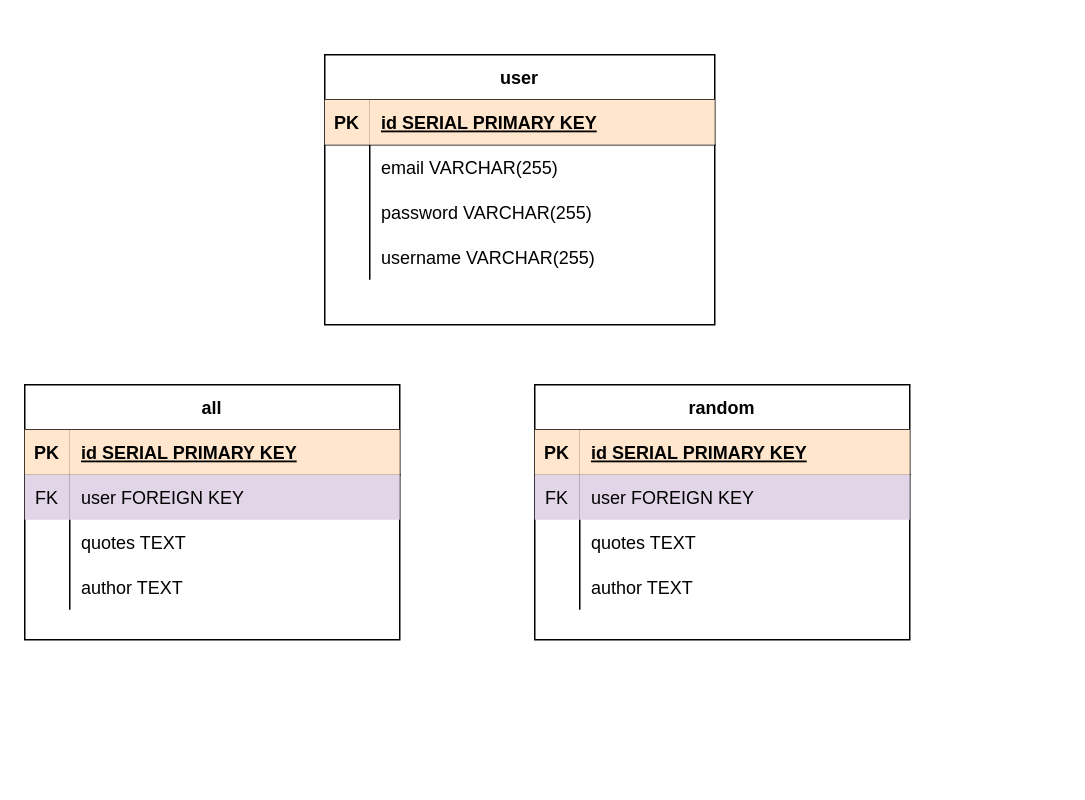
ikarabag1/entity-relationship-diagrams keeps this draw.io diagram as Untitled Diagram.drawio. Above is the earlier version. Source tidied: cells renumbered, new cells numbered last; positions are measured from the earlier drawing's top-left corner, leaving out a move shared by most shapes. Both pictures are drawn from the tidied source at 150%, with x=0, y=0 at pixel (24, 54).
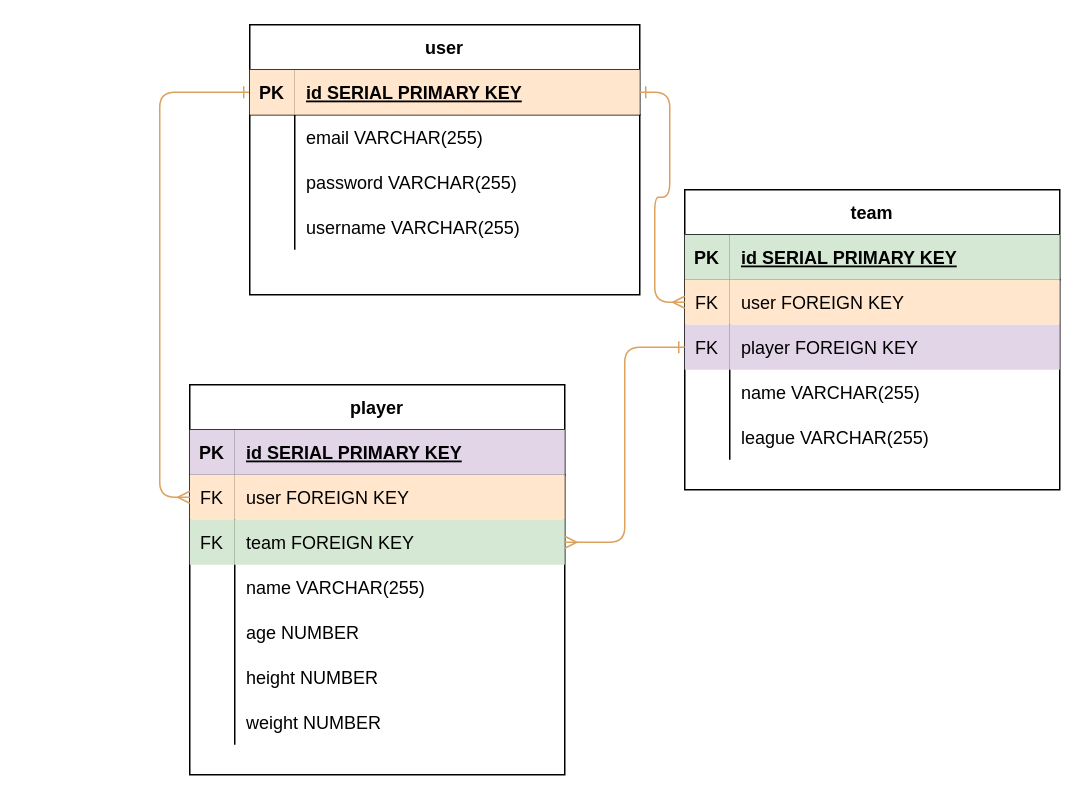
Above is the later version.

Commit message:
NBA API Diagram.drawio

Unchanged cells that the change refers to:
```xml
<mxCell id="3" style="shape=tableRow;horizontal=0;startSize=0;swimlaneHead=0;swimlaneBody=0;fillColor=none;top=0;left=0;right=0;bottom=1;" parent="2" vertex="1">
  <mxGeometry y="30" width="250" height="30" as="geometry" />
</mxCell>
<mxCell id="6" style="shape=tableRow;horizontal=0;startSize=0;swimlaneHead=0;swimlaneBody=0;fillColor=none;points=[[0,0.5],[1,0.5]];portConstraint=eastwest;top=0;left=0;right=0;bottom=0;" parent="2" vertex="1">
  <mxGeometry y="60" width="250" height="30" as="geometry" />
</mxCell>
<mxCell id="9" style="shape=tableRow;horizontal=0;startSize=0;swimlaneHead=0;swimlaneBody=0;fillColor=none;points=[[0,0.5],[1,0.5]];portConstraint=eastwest;top=0;left=0;right=0;bottom=0;" parent="2" vertex="1">
  <mxGeometry y="90" width="250" height="30" as="geometry" />
</mxCell>
<mxCell id="16" style="shape=tableRow;horizontal=0;startSize=0;swimlaneHead=0;swimlaneBody=0;fillColor=none;points=[[0,0.5],[1,0.5]];portConstraint=eastwest;top=0;left=0;right=0;bottom=1;" parent="15" vertex="1">
  <mxGeometry y="30" width="260" height="30" as="geometry" />
</mxCell>
<mxCell id="29" style="shape=tableRow;horizontal=0;startSize=0;swimlaneHead=0;swimlaneBody=0;fillColor=none;top=0;left=0;right=0;bottom=1;" parent="28" vertex="1">
  <mxGeometry y="30" width="250" height="30" as="geometry" />
</mxCell>
<mxCell id="32" style="shape=tableRow;horizontal=0;startSize=0;swimlaneHead=0;swimlaneBody=0;fillColor=none;points=[[0,0.5],[1,0.5]];portConstraint=eastwest;top=0;left=0;right=0;bottom=0;" parent="28" vertex="1">
  <mxGeometry y="60" width="250" height="30" as="geometry" />
</mxCell>
<mxCell id="35" style="shape=tableRow;horizontal=0;startSize=0;swimlaneHead=0;swimlaneBody=0;fillColor=none;points=[[0,0.5],[1,0.5]];portConstraint=eastwest;top=0;left=0;right=0;bottom=0;" parent="28" vertex="1">
  <mxGeometry y="90" width="250" height="30" as="geometry" />
</mxCell>
```

Change to the diagram source:
```diff
@@
-    <mxCell id="2" value="all" style="shape=table;startSize=30;childLayout=tableLayout;rowLines=0;fontStyle=1;align=center;" parent="1" vertex="1">
-      <mxGeometry y="220" width="250" height="170" as="geometry" />
+    <mxCell id="2" value="player" style="shape=table;startSize=30;childLayout=tableLayout;rowLines=0;fontStyle=1;align=center;" parent="1" vertex="1">
+      <mxGeometry x="110" y="220" width="250" height="260" as="geometry" />
     </mxCell>
@@
-    <mxCell id="4" value="PK" style="shape=partialRectangle;fillColor=#ffe6cc;top=0;left=0;bottom=0;right=0;fontStyle=1;overflow=hidden;strokeColor=#d79b00;" parent="3" vertex="1">
+    <mxCell id="4" value="PK" style="shape=partialRectangle;fillColor=#e1d5e7;top=0;left=0;bottom=0;right=0;fontStyle=1;overflow=hidden;strokeColor=#9673a6;" parent="3" vertex="1">
       <mxGeometry width="30" height="30" as="geometry" />
     </mxCell>
-    <mxCell id="5" value="id SERIAL PRIMARY KEY" style="shape=partialRectangle;fillColor=#ffe6cc;top=0;left=0;bottom=0;right=0;align=left;spacingLeft=6;fontStyle=5;overflow=hidden;strokeColor=#d79b00;" parent="3" vertex="1">
+    <mxCell id="5" value="id SERIAL PRIMARY KEY" style="shape=partialRectangle;fillColor=#e1d5e7;top=0;left=0;bottom=0;right=0;align=left;spacingLeft=6;fontStyle=5;overflow=hidden;strokeColor=#9673a6;" parent="3" vertex="1">
       <mxGeometry x="30" width="220" height="30" as="geometry" />
     </mxCell>
@@
-    <mxCell id="7" value="FK" style="shape=partialRectangle;fillColor=#e1d5e7;top=0;left=0;bottom=0;right=0;overflow=hidden;strokeColor=#9673a6;" parent="6" vertex="1">
+    <mxCell id="7" value="FK" style="shape=partialRectangle;fillColor=#ffe6cc;top=0;left=0;bottom=0;right=0;overflow=hidden;strokeColor=#d79b00;" parent="6" vertex="1">
       <mxGeometry width="30" height="30" as="geometry" />
     </mxCell>
-    <mxCell id="8" value="user FOREIGN KEY" style="shape=partialRectangle;fillColor=#e1d5e7;top=0;left=0;bottom=0;right=0;align=left;spacingLeft=6;overflow=hidden;strokeColor=#9673a6;" parent="6" vertex="1">
+    <mxCell id="8" value="user FOREIGN KEY" style="shape=partialRectangle;fillColor=#ffe6cc;top=0;left=0;bottom=0;right=0;align=left;spacingLeft=6;overflow=hidden;strokeColor=#d79b00;" parent="6" vertex="1">
       <mxGeometry x="30" width="220" height="30" as="geometry" />
     </mxCell>
@@
-    <mxCell id="10" style="shape=partialRectangle;fillColor=none;top=0;left=0;bottom=0;right=0;overflow=hidden;" parent="9" vertex="1">
+    <mxCell id="10" value="FK" style="shape=partialRectangle;fillColor=#d5e8d4;top=0;left=0;bottom=0;right=0;overflow=hidden;strokeColor=#82b366;" parent="9" vertex="1">
       <mxGeometry width="30" height="30" as="geometry" />
     </mxCell>
-    <mxCell id="11" value="quotes TEXT" style="shape=partialRectangle;fillColor=none;top=0;left=0;bottom=0;right=0;align=left;spacingLeft=6;overflow=hidden;" parent="9" vertex="1">
+    <mxCell id="11" value="team FOREIGN KEY" style="shape=partialRectangle;fillColor=#d5e8d4;top=0;left=0;bottom=0;right=0;align=left;spacingLeft=6;overflow=hidden;strokeColor=#82b366;" parent="9" vertex="1">
       <mxGeometry x="30" width="220" height="30" as="geometry" />
     </mxCell>
+    <mxCell id="41" style="shape=tableRow;horizontal=0;startSize=0;swimlaneHead=0;swimlaneBody=0;fillColor=none;top=0;left=0;right=0;bottom=0;" parent="2" vertex="1">
+      <mxGeometry y="120" width="250" height="30" as="geometry" />
+    </mxCell>
+    <mxCell id="42" style="shape=partialRectangle;fillColor=none;top=0;left=0;bottom=0;right=0;overflow=hidden;" parent="41" vertex="1">
+      <mxGeometry width="30" height="30" as="geometry" />
+    </mxCell>
+    <mxCell id="43" value="name VARCHAR(255)" style="shape=partialRectangle;fillColor=none;top=0;left=0;bottom=0;right=0;align=left;spacingLeft=6;overflow=hidden;" parent="41" vertex="1">
+      <mxGeometry x="30" width="220" height="30" as="geometry" />
+    </mxCell>
+    <mxCell id="44" style="shape=tableRow;horizontal=0;startSize=0;swimlaneHead=0;swimlaneBody=0;fillColor=none;top=0;left=0;right=0;bottom=0;" parent="2" vertex="1">
+      <mxGeometry y="150" width="250" height="30" as="geometry" />
+    </mxCell>
+    <mxCell id="45" style="shape=partialRectangle;fillColor=none;top=0;left=0;bottom=0;right=0;overflow=hidden;" parent="44" vertex="1">
+      <mxGeometry width="30" height="30" as="geometry" />
+    </mxCell>
+    <mxCell id="46" value="age NUMBER" style="shape=partialRectangle;fillColor=none;top=0;left=0;bottom=0;right=0;align=left;spacingLeft=6;overflow=hidden;" parent="44" vertex="1">
+      <mxGeometry x="30" width="220" height="30" as="geometry" />
+    </mxCell>
+    <mxCell id="47" style="shape=tableRow;horizontal=0;startSize=0;swimlaneHead=0;swimlaneBody=0;fillColor=none;top=0;left=0;right=0;bottom=0;" parent="2" vertex="1">
+      <mxGeometry y="180" width="250" height="30" as="geometry" />
+    </mxCell>
+    <mxCell id="48" style="shape=partialRectangle;fillColor=none;top=0;left=0;bottom=0;right=0;overflow=hidden;" parent="47" vertex="1">
+      <mxGeometry width="30" height="30" as="geometry" />
+    </mxCell>
+    <mxCell id="49" value="height NUMBER" style="shape=partialRectangle;fillColor=none;top=0;left=0;bottom=0;right=0;align=left;spacingLeft=6;overflow=hidden;" parent="47" vertex="1">
+      <mxGeometry x="30" width="220" height="30" as="geometry" />
+    </mxCell>
     <mxCell id="12" style="shape=tableRow;horizontal=0;startSize=0;swimlaneHead=0;swimlaneBody=0;fillColor=none;top=0;left=0;right=0;bottom=0;" parent="2" vertex="1">
-      <mxGeometry y="120" width="250" height="30" as="geometry" />
+      <mxGeometry y="210" width="250" height="30" as="geometry" />
     </mxCell>
@@
-    <mxCell id="14" value="author TEXT" style="shape=partialRectangle;fillColor=none;top=0;left=0;bottom=0;right=0;align=left;spacingLeft=6;overflow=hidden;" parent="12" vertex="1">
+    <mxCell id="14" value="weight NUMBER" style="shape=partialRectangle;fillColor=none;top=0;left=0;bottom=0;right=0;align=left;spacingLeft=6;overflow=hidden;" parent="12" vertex="1">
       <mxGeometry x="30" width="220" height="30" as="geometry" />
     </mxCell>
+    <mxCell id="50" style="edgeStyle=orthogonalEdgeStyle;rounded=1;sketch=0;jettySize=auto;html=1;exitX=0;exitY=0.25;exitDx=0;exitDy=0;entryX=0;entryY=0.5;entryDx=0;entryDy=0;fontColor=#FEFAE0;strokeColor=#DDA15E;fillColor=#BC6C25;startArrow=ERone;startFill=0;endArrow=ERmany;endFill=0;" parent="1" edge="1" source="15" target="6">
+      <mxGeometry relative="1" as="geometry" />
+    </mxCell>
     <mxCell id="15" value="user" style="shape=table;startSize=30;childLayout=tableLayout;rowLines=0;fontStyle=1;align=center;" parent="1" vertex="1">
-      <mxGeometry x="200" width="260" height="180" as="geometry" />
+      <mxGeometry x="150" y="-20" width="260" height="180" as="geometry" />
     </mxCell>
@@
-    <mxCell id="28" value="random" style="shape=table;startSize=30;childLayout=tableLayout;rowLines=0;fontStyle=1;align=center;" parent="1" vertex="1">
-      <mxGeometry x="340" y="220" width="250" height="170" as="geometry" />
+    <mxCell id="28" value="team" style="shape=table;startSize=30;childLayout=tableLayout;rowLines=0;fontStyle=1;align=center;" parent="1" vertex="1">
+      <mxGeometry x="440" y="90" width="250" height="200" as="geometry" />
     </mxCell>
@@
-    <mxCell id="30" value="PK" style="shape=partialRectangle;fillColor=#ffe6cc;top=0;left=0;bottom=0;right=0;fontStyle=1;overflow=hidden;strokeColor=#d79b00;" parent="29" vertex="1">
+    <mxCell id="30" value="PK" style="shape=partialRectangle;fillColor=#d5e8d4;top=0;left=0;bottom=0;right=0;fontStyle=1;overflow=hidden;strokeColor=#82b366;" parent="29" vertex="1">
       <mxGeometry width="30" height="30" as="geometry" />
     </mxCell>
-    <mxCell id="31" value="id SERIAL PRIMARY KEY" style="shape=partialRectangle;fillColor=#ffe6cc;top=0;left=0;bottom=0;right=0;align=left;spacingLeft=6;fontStyle=5;overflow=hidden;strokeColor=#d79b00;" parent="29" vertex="1">
+    <mxCell id="31" value="id SERIAL PRIMARY KEY" style="shape=partialRectangle;fillColor=#d5e8d4;top=0;left=0;bottom=0;right=0;align=left;spacingLeft=6;fontStyle=5;overflow=hidden;strokeColor=#82b366;" parent="29" vertex="1">
       <mxGeometry x="30" width="220" height="30" as="geometry" />
     </mxCell>
@@
-    <mxCell id="33" value="FK" style="shape=partialRectangle;fillColor=#e1d5e7;top=0;left=0;bottom=0;right=0;overflow=hidden;strokeColor=#9673a6;" parent="32" vertex="1">
+    <mxCell id="33" value="FK" style="shape=partialRectangle;fillColor=#ffe6cc;top=0;left=0;bottom=0;right=0;overflow=hidden;strokeColor=#d79b00;" parent="32" vertex="1">
       <mxGeometry width="30" height="30" as="geometry" />
     </mxCell>
-    <mxCell id="34" value="user FOREIGN KEY" style="shape=partialRectangle;fillColor=#e1d5e7;top=0;left=0;bottom=0;right=0;align=left;spacingLeft=6;overflow=hidden;strokeColor=#9673a6;" parent="32" vertex="1">
+    <mxCell id="34" value="user FOREIGN KEY" style="shape=partialRectangle;fillColor=#ffe6cc;top=0;left=0;bottom=0;right=0;align=left;spacingLeft=6;overflow=hidden;strokeColor=#d79b00;" parent="32" vertex="1">
       <mxGeometry x="30" width="220" height="30" as="geometry" />
     </mxCell>
@@
-    <mxCell id="36" style="shape=partialRectangle;fillColor=none;top=0;left=0;bottom=0;right=0;overflow=hidden;" parent="35" vertex="1">
+    <mxCell id="36" value="FK" style="shape=partialRectangle;fillColor=#e1d5e7;top=0;left=0;bottom=0;right=0;overflow=hidden;strokeColor=#9673a6;" parent="35" vertex="1">
       <mxGeometry width="30" height="30" as="geometry" />
     </mxCell>
-    <mxCell id="37" value="quotes TEXT" style="shape=partialRectangle;fillColor=none;top=0;left=0;bottom=0;right=0;align=left;spacingLeft=6;overflow=hidden;" parent="35" vertex="1">
+    <mxCell id="37" value="player FOREIGN KEY" style="shape=partialRectangle;fillColor=#e1d5e7;top=0;left=0;bottom=0;right=0;align=left;spacingLeft=6;overflow=hidden;strokeColor=#9673a6;" parent="35" vertex="1">
       <mxGeometry x="30" width="220" height="30" as="geometry" />
     </mxCell>
+    <mxCell id="51" style="shape=tableRow;horizontal=0;startSize=0;swimlaneHead=0;swimlaneBody=0;fillColor=none;top=0;left=0;right=0;bottom=0;" parent="28" vertex="1">
+      <mxGeometry y="120" width="250" height="30" as="geometry" />
+    </mxCell>
+    <mxCell id="52" style="shape=partialRectangle;fillColor=none;top=0;left=0;bottom=0;right=0;overflow=hidden;" parent="51" vertex="1">
+      <mxGeometry width="30" height="30" as="geometry" />
+    </mxCell>
+    <mxCell id="53" value="name VARCHAR(255)" style="shape=partialRectangle;fillColor=none;top=0;left=0;bottom=0;right=0;align=left;spacingLeft=6;overflow=hidden;" parent="51" vertex="1">
+      <mxGeometry x="30" width="220" height="30" as="geometry" />
+    </mxCell>
     <mxCell id="38" style="shape=tableRow;horizontal=0;startSize=0;swimlaneHead=0;swimlaneBody=0;fillColor=none;top=0;left=0;right=0;bottom=0;" parent="28" vertex="1">
-      <mxGeometry y="120" width="250" height="30" as="geometry" />
+      <mxGeometry y="150" width="250" height="30" as="geometry" />
     </mxCell>
@@
-    <mxCell id="40" value="author TEXT" style="shape=partialRectangle;fillColor=none;top=0;left=0;bottom=0;right=0;align=left;spacingLeft=6;overflow=hidden;" parent="38" vertex="1">
+    <mxCell id="40" value="league VARCHAR(255)" style="shape=partialRectangle;fillColor=none;top=0;left=0;bottom=0;right=0;align=left;spacingLeft=6;overflow=hidden;" parent="38" vertex="1">
       <mxGeometry x="30" width="220" height="30" as="geometry" />
     </mxCell>
+    <mxCell id="54" style="edgeStyle=orthogonalEdgeStyle;rounded=1;sketch=0;jettySize=auto;html=1;entryX=0;entryY=0.5;entryDx=0;entryDy=0;fontColor=#FEFAE0;startArrow=ERmany;startFill=0;endArrow=ERone;endFill=0;strokeColor=#DDA15E;fillColor=#BC6C25;" parent="1" edge="1" source="9" target="35">
+      <mxGeometry relative="1" as="geometry" />
+    </mxCell>
+    <mxCell id="55" style="edgeStyle=orthogonalEdgeStyle;rounded=1;sketch=0;jettySize=auto;html=1;exitX=1;exitY=0.5;exitDx=0;exitDy=0;entryX=0;entryY=0.5;entryDx=0;entryDy=0;fontColor=#FEFAE0;startArrow=ERone;startFill=0;endArrow=ERmany;endFill=0;strokeColor=#DDA15E;fillColor=#BC6C25;" parent="1" edge="1" source="16" target="32">
+      <mxGeometry relative="1" as="geometry" />
+    </mxCell>
```
